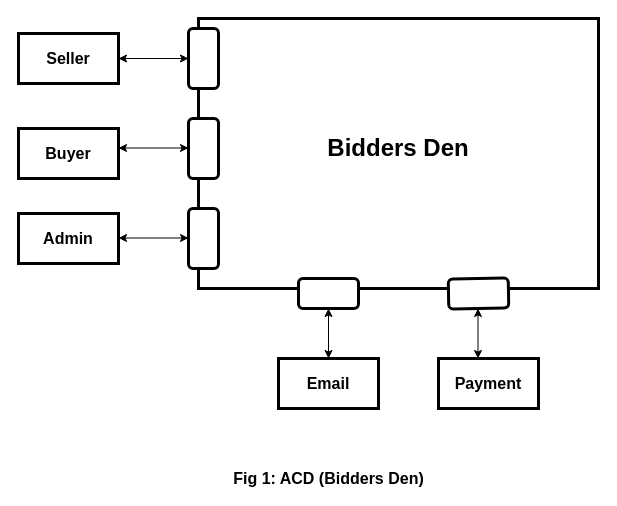
Before: page "Page-1" (1 of 2) of Untitled Diagram.drawio in Tahsinoshin/5th-Semester-Courses, a draw.io diagram. Source tidied: cells renumbered, new cells numbered last; positions are measured from the earlier drawing's top-left corner, leaving out a move shared by most shapes. Both pictures are drawn from the tidied source at 100%, with x=0, y=0 at pixel (18, 18).
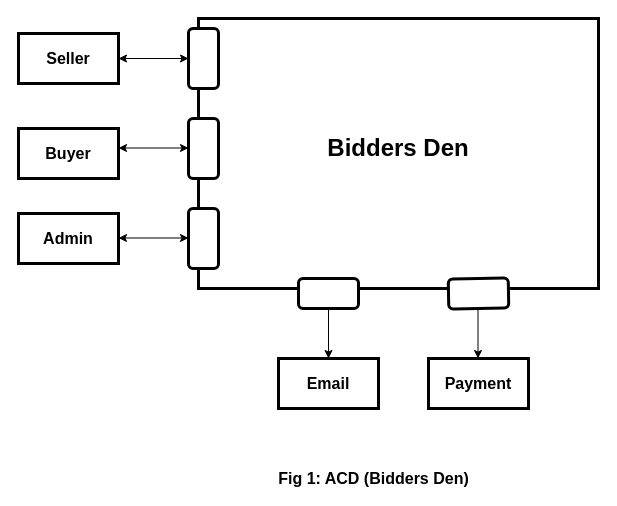
The same diagram, later.

The change refers to these unchanged cells:
```xml
<mxCell id="6" style="rounded=1;whiteSpace=wrap;html=1;strokeWidth=3;rotation=-180;" parent="1" vertex="1">
  <mxGeometry x="280" y="260" width="60" height="30" as="geometry" />
</mxCell>
<mxCell id="16" value="&lt;font style=&quot;font-size: 16px&quot;&gt;&lt;b&gt;Email&lt;/b&gt;&lt;/font&gt;" style="rounded=0;whiteSpace=wrap;html=1;strokeWidth=3;" parent="1" vertex="1">
  <mxGeometry x="260" y="340" width="100" height="50" as="geometry" />
</mxCell>
```

Diff of the diagram source:
```diff
@@
-    <mxCell id="11" style="endArrow=classic;startArrow=classic;html=1;rounded=0;entryX=0.5;entryY=0;entryDx=0;entryDy=0;" parent="1" edge="1" target="6">
-      <mxGeometry relative="1" as="geometry">
-        <mxPoint x="310" y="340" as="sourcePoint" />
-      </mxGeometry>
-    </mxCell>
-    <mxCell id="12" style="endArrow=classic;startArrow=classic;html=1;rounded=0;entryX=0.5;entryY=0;entryDx=0;entryDy=0;" parent="1" edge="1">
-      <mxGeometry relative="1" as="geometry">
-        <mxPoint x="459.5" y="340" as="sourcePoint" />
-        <mxPoint x="459.5" y="290" as="targetPoint" />
-      </mxGeometry>
-    </mxCell>
@@
     <mxCell id="17" value="&lt;font style=&quot;font-size: 16px&quot;&gt;&lt;b&gt;Payment&lt;/b&gt;&lt;/font&gt;" style="rounded=0;whiteSpace=wrap;html=1;strokeWidth=3;" parent="1" vertex="1">
-      <mxGeometry x="420" y="340" width="100" height="50" as="geometry" />
+      <mxGeometry x="410" y="340" width="100" height="50" as="geometry" />
     </mxCell>
@@
     <mxCell id="19" value="&lt;b&gt;Fig 1: ACD (Bidders Den)&lt;/b&gt;" style="text;html=1;align=center;verticalAlign=middle;strokeColor=none;fillColor=none;fontSize=16;" parent="1" vertex="1">
-      <mxGeometry x="205" y="450" width="210" height="20" as="geometry" />
+      <mxGeometry x="250" y="450" width="210" height="20" as="geometry" />
     </mxCell>
+    <mxCell id="20" style="endArrow=classic;html=1;rounded=0;fontSize=16;exitX=0.5;exitY=0;exitDx=0;exitDy=0;entryX=0.5;entryY=0;entryDx=0;entryDy=0;" parent="1" edge="1" source="6" target="16">
+      <mxGeometry relative="1" as="geometry" />
+    </mxCell>
+    <mxCell id="21" style="endArrow=classic;html=1;rounded=0;fontSize=16;exitX=0.5;exitY=0;exitDx=0;exitDy=0;entryX=0.5;entryY=0;entryDx=0;entryDy=0;" parent="1" edge="1">
+      <mxGeometry relative="1" as="geometry">
+        <mxPoint x="459.5" y="290" as="sourcePoint" />
+        <mxPoint x="459.5" y="340" as="targetPoint" />
+      </mxGeometry>
+    </mxCell>
```
